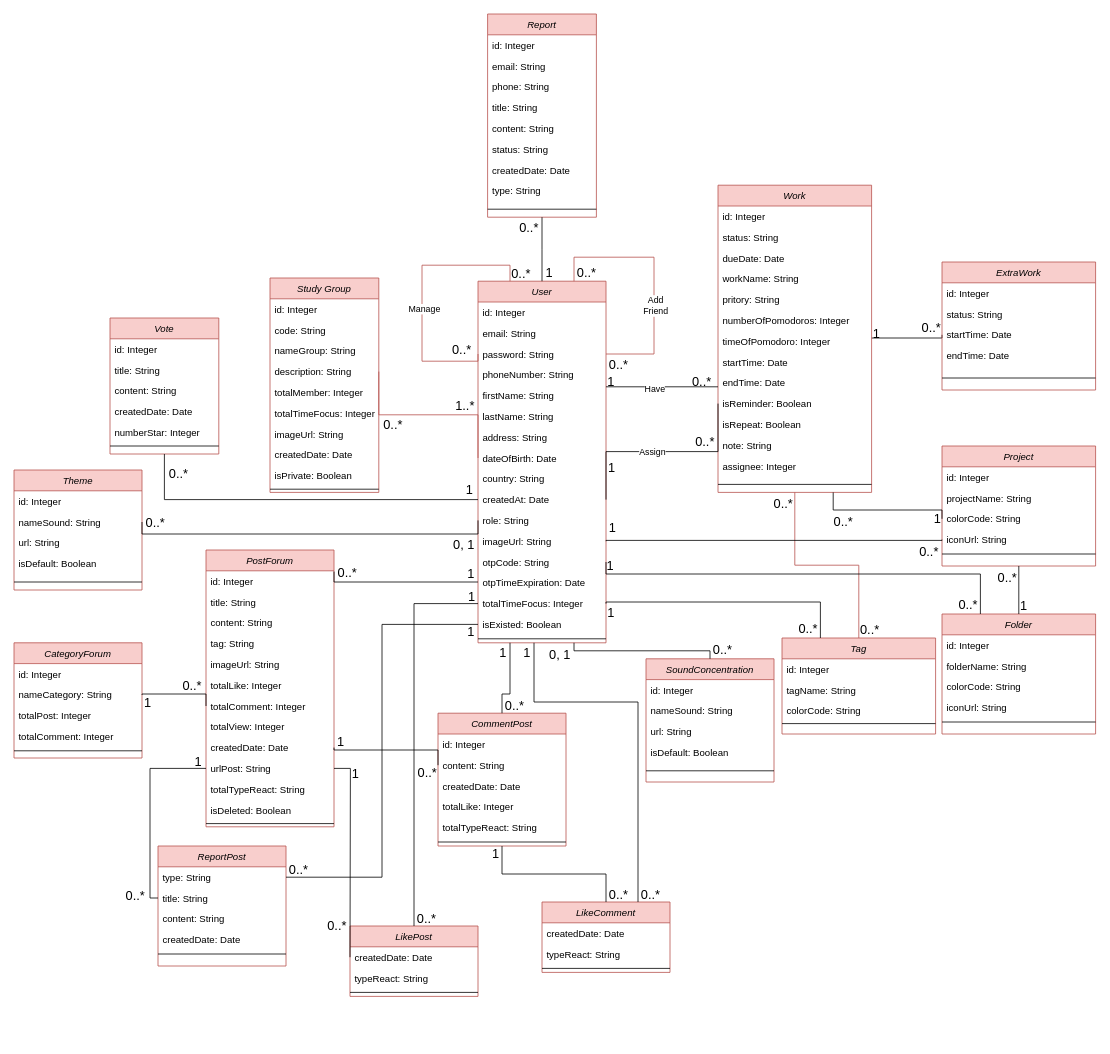
The draw.io diagram Class Diagram/ClassDiagram.drawio in Enochhhh/AppSmartStudyHub, before the edit. Source tidied: cells renumbered, new cells numbered last; positions are measured from the earlier drawing's top-left corner, leaving out a move shared by most shapes. Both pictures are drawn from the tidied source at 80%, with x=0, y=0 at pixel (14, 14).
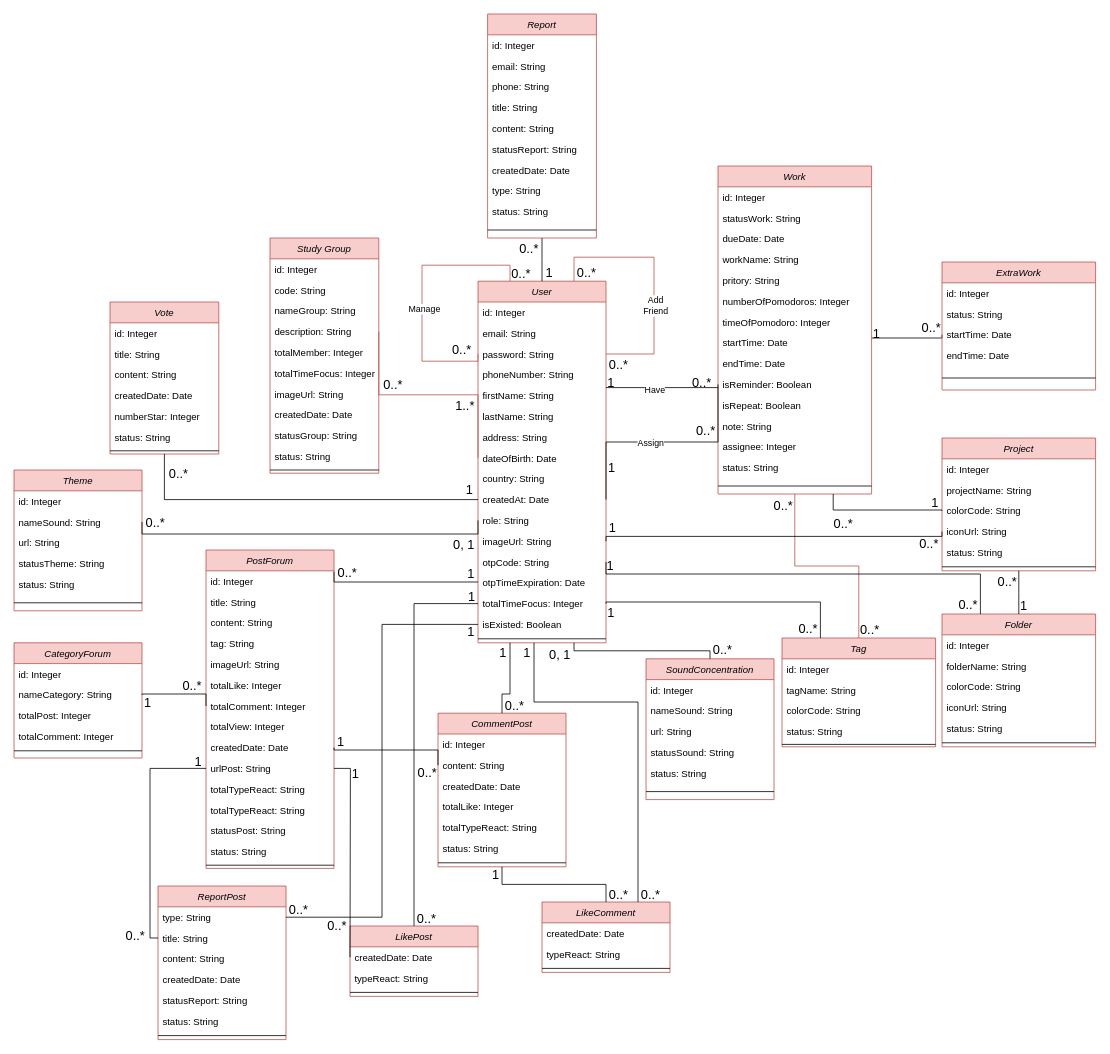
The same page after the edit.

The change refers to these unchanged cells:
```xml
<mxCell id="70" style="endArrow=none;shadow=0;strokeWidth=1;rounded=0;endFill=0;edgeStyle=elbowEdgeStyle;elbow=vertical;entryX=0;entryY=0.5;entryDx=0;entryDy=0;exitX=0.75;exitY=1;exitDx=0;exitDy=0;" parent="1" edge="1" source="31" target="64">
  <mxGeometry x="0.5" y="41" relative="1" as="geometry">
    <Array as="points">
      <mxPoint x="1120" y="620" />
    </Array>
    <mxPoint x="-40" y="32" as="offset" />
  </mxGeometry>
</mxCell>
<mxCell id="198" style="endArrow=none;shadow=0;strokeWidth=1;rounded=0;endFill=0;edgeStyle=elbowEdgeStyle;elbow=vertical;entryX=0;entryY=0.5;entryDx=0;entryDy=0;exitX=1;exitY=0.5;exitDx=0;exitDy=0;" parent="1" edge="1" source="15" target="41">
  <mxGeometry x="0.5" y="41" relative="1" as="geometry">
    <mxPoint x="-40" y="32" as="offset" />
  </mxGeometry>
</mxCell>
```

What changed in the source:
```diff
@@
     <mxCell id="31" value="Work" style="swimlane;fontStyle=2;align=center;verticalAlign=top;horizontal=1;startSize=26;rounded=0;shadow=0;strokeWidth=1;fillColor=#f8cecc;strokeColor=#b85450;" parent="1" vertex="1">
-      <mxGeometry x="880" y="214" width="192" height="384" as="geometry" />
+      <mxGeometry x="880" y="190" width="192" height="410" as="geometry" />
     </mxCell>
@@
-    <mxCell id="33" value="status: String" style="text;align=left;verticalAlign=top;spacingLeft=4;spacingRight=4;overflow=hidden;rounded=0;shadow=0;html=0;" parent="31" vertex="1">
+    <mxCell id="33" value="statusWork: String" style="text;align=left;verticalAlign=top;spacingLeft=4;spacingRight=4;overflow=hidden;rounded=0;shadow=0;html=0;" parent="31" vertex="1">
       <mxGeometry y="52" width="192" height="26" as="geometry" />
     </mxCell>
@@
+    <mxCell id="221" value="status: String" style="text;align=left;verticalAlign=top;spacingLeft=4;spacingRight=4;overflow=hidden;rounded=0;shadow=0;html=0;" parent="31" vertex="1">
+      <mxGeometry y="364" width="192" height="26" as="geometry" />
+    </mxCell>
     <mxCell id="45" style="line;html=1;strokeWidth=1;align=left;verticalAlign=middle;spacingTop=-1;spacingLeft=3;spacingRight=3;labelPosition=right;" parent="31" vertex="1">
-      <mxGeometry y="364" width="192" height="20" as="geometry" />
+      <mxGeometry y="390" width="192" height="20" as="geometry" />
     </mxCell>
@@
     <mxCell id="56" value="Tag" style="swimlane;fontStyle=2;align=center;verticalAlign=top;horizontal=1;startSize=26;rounded=0;shadow=0;strokeWidth=1;fillColor=#f8cecc;strokeColor=#b85450;" parent="1" vertex="1">
-      <mxGeometry x="960" y="780" width="192" height="120" as="geometry" />
+      <mxGeometry x="960" y="780" width="192" height="136" as="geometry" />
     </mxCell>
@@
+    <mxCell id="222" value="status: String" style="text;align=left;verticalAlign=top;spacingLeft=4;spacingRight=4;overflow=hidden;rounded=0;shadow=0;html=0;" parent="56" vertex="1">
+      <mxGeometry y="104" width="192" height="26" as="geometry" />
+    </mxCell>
     <mxCell id="60" style="line;html=1;strokeWidth=1;align=left;verticalAlign=middle;spacingTop=-1;spacingLeft=3;spacingRight=3;labelPosition=right;" parent="56" vertex="1">
-      <mxGeometry y="104" width="192" height="6" as="geometry" />
+      <mxGeometry y="130" width="192" height="6" as="geometry" />
     </mxCell>
     <mxCell id="61" value="Project" style="swimlane;fontStyle=2;align=center;verticalAlign=top;horizontal=1;startSize=26;rounded=0;shadow=0;strokeWidth=1;fillColor=#f8cecc;strokeColor=#b85450;" parent="1" vertex="1">
-      <mxGeometry x="1160" y="540" width="192" height="150" as="geometry" />
+      <mxGeometry x="1160" y="530" width="192" height="166" as="geometry" />
     </mxCell>
@@
+    <mxCell id="223" value="status: String" style="text;align=left;verticalAlign=top;spacingLeft=4;spacingRight=4;overflow=hidden;rounded=0;shadow=0;html=0;" parent="61" vertex="1">
+      <mxGeometry y="130" width="192" height="26" as="geometry" />
+    </mxCell>
     <mxCell id="66" style="line;html=1;strokeWidth=1;align=left;verticalAlign=middle;spacingTop=-1;spacingLeft=3;spacingRight=3;labelPosition=right;" parent="61" vertex="1">
-      <mxGeometry y="130" width="192" height="10" as="geometry" />
+      <mxGeometry y="156" width="192" height="10" as="geometry" />
     </mxCell>
@@
     <mxCell id="72" value="1" style="align=right;verticalAlign=bottom;labelBackgroundColor=none;fontSize=16;" parent="70" vertex="1">
       <mxGeometry x="1" relative="1" as="geometry">
-        <mxPoint y="10" as="offset" />
+        <mxPoint x="-3" as="offset" />
       </mxGeometry>
     </mxCell>
     <mxCell id="73" value="Report" style="swimlane;fontStyle=2;align=center;verticalAlign=top;horizontal=1;startSize=26;rounded=0;shadow=0;strokeWidth=1;fillColor=#f8cecc;strokeColor=#b85450;" parent="1" vertex="1">
-      <mxGeometry x="592" width="136" height="254" as="geometry" />
+      <mxGeometry x="592" width="136" height="280" as="geometry" />
     </mxCell>
@@
-    <mxCell id="79" value="status: String" style="text;align=left;verticalAlign=top;spacingLeft=4;spacingRight=4;overflow=hidden;rounded=0;shadow=0;html=0;" parent="73" vertex="1">
+    <mxCell id="79" value="statusReport: String" style="text;align=left;verticalAlign=top;spacingLeft=4;spacingRight=4;overflow=hidden;rounded=0;shadow=0;html=0;" parent="73" vertex="1">
       <mxGeometry y="156" width="136" height="26" as="geometry" />
     </mxCell>
@@
+    <mxCell id="224" value="status: String" style="text;align=left;verticalAlign=top;spacingLeft=4;spacingRight=4;overflow=hidden;rounded=0;shadow=0;html=0;" parent="73" vertex="1">
+      <mxGeometry y="234" width="136" height="26" as="geometry" />
+    </mxCell>
     <mxCell id="82" style="line;html=1;strokeWidth=1;align=left;verticalAlign=middle;spacingTop=-1;spacingLeft=3;spacingRight=3;labelPosition=right;" parent="73" vertex="1">
-      <mxGeometry y="234" width="136" height="20" as="geometry" />
+      <mxGeometry y="260" width="136" height="20" as="geometry" />
     </mxCell>
     <mxCell id="83" value="Folder" style="swimlane;fontStyle=2;align=center;verticalAlign=top;horizontal=1;startSize=26;rounded=0;shadow=0;strokeWidth=1;fillColor=#f8cecc;strokeColor=#b85450;" parent="1" vertex="1">
-      <mxGeometry x="1160" y="750" width="192" height="150" as="geometry" />
+      <mxGeometry x="1160" y="750" width="192" height="166" as="geometry" />
     </mxCell>
@@
+    <mxCell id="225" value="status: String" style="text;align=left;verticalAlign=top;spacingLeft=4;spacingRight=4;overflow=hidden;rounded=0;shadow=0;html=0;" parent="83" vertex="1">
+      <mxGeometry y="130" width="192" height="26" as="geometry" />
+    </mxCell>
     <mxCell id="88" style="line;html=1;strokeWidth=1;align=left;verticalAlign=middle;spacingTop=-1;spacingLeft=3;spacingRight=3;labelPosition=right;" parent="83" vertex="1">
-      <mxGeometry y="130" width="192" height="10" as="geometry" />
+      <mxGeometry y="156" width="192" height="10" as="geometry" />
     </mxCell>
@@
     <mxCell id="95" value="SoundConcentration" style="swimlane;fontStyle=2;align=center;verticalAlign=top;horizontal=1;startSize=26;rounded=0;shadow=0;strokeWidth=1;fillColor=#f8cecc;strokeColor=#b85450;" parent="1" vertex="1">
-      <mxGeometry x="790" y="806" width="160" height="154" as="geometry" />
+      <mxGeometry x="790" y="806" width="160" height="176" as="geometry" />
     </mxCell>
@@
-    <mxCell id="99" value="isDefault: Boolean" style="text;align=left;verticalAlign=top;spacingLeft=4;spacingRight=4;overflow=hidden;" parent="95" vertex="1">
+    <mxCell id="99" value="statusSound: String" style="text;align=left;verticalAlign=top;spacingLeft=4;spacingRight=4;overflow=hidden;" parent="95" vertex="1">
       <mxGeometry y="104" width="160" height="26" as="geometry" />
     </mxCell>
+    <mxCell id="226" value="status: String" style="text;align=left;verticalAlign=top;spacingLeft=4;spacingRight=4;overflow=hidden;" parent="95" vertex="1">
+      <mxGeometry y="130" width="160" height="26" as="geometry" />
+    </mxCell>
     <mxCell id="100" style="line;html=1;strokeWidth=1;align=left;verticalAlign=middle;spacingTop=-1;spacingLeft=3;spacingRight=3;labelPosition=right;" parent="95" vertex="1">
-      <mxGeometry y="130" width="160" height="20" as="geometry" />
+      <mxGeometry y="156" width="160" height="20" as="geometry" />
     </mxCell>
@@
     <mxCell id="107" value="Study Group" style="swimlane;fontStyle=2;align=center;verticalAlign=top;horizontal=1;startSize=26;rounded=0;shadow=0;strokeWidth=1;fillColor=#f8cecc;strokeColor=#b85450;" parent="1" vertex="1">
-      <mxGeometry x="320" y="330" width="136" height="268" as="geometry" />
+      <mxGeometry x="320" y="280" width="136" height="294" as="geometry" />
     </mxCell>
@@
-    <mxCell id="116" value="isPrivate: Boolean" style="text;align=left;verticalAlign=top;spacingLeft=4;spacingRight=4;overflow=hidden;rounded=0;shadow=0;html=0;" parent="107" vertex="1">
+    <mxCell id="116" value="statusGroup: String" style="text;align=left;verticalAlign=top;spacingLeft=4;spacingRight=4;overflow=hidden;rounded=0;shadow=0;html=0;" parent="107" vertex="1">
       <mxGeometry y="234" width="136" height="26" as="geometry" />
     </mxCell>
+    <mxCell id="227" value="status: String" style="text;align=left;verticalAlign=top;spacingLeft=4;spacingRight=4;overflow=hidden;rounded=0;shadow=0;html=0;" parent="107" vertex="1">
+      <mxGeometry y="260" width="136" height="26" as="geometry" />
+    </mxCell>
     <mxCell id="117" style="line;html=1;strokeWidth=1;align=left;verticalAlign=middle;spacingTop=-1;spacingLeft=3;spacingRight=3;labelPosition=right;" parent="107" vertex="1">
-      <mxGeometry y="260" width="136" height="8" as="geometry" />
+      <mxGeometry y="286" width="136" height="8" as="geometry" />
     </mxCell>
     <mxCell id="118" value="Vote" style="swimlane;fontStyle=2;align=center;verticalAlign=top;horizontal=1;startSize=26;rounded=0;shadow=0;strokeWidth=1;fillColor=#f8cecc;strokeColor=#b85450;" parent="1" vertex="1">
-      <mxGeometry x="120" y="380" width="136" height="170" as="geometry" />
+      <mxGeometry x="120" y="360" width="136" height="190" as="geometry" />
     </mxCell>
@@
+    <mxCell id="228" value="status: String" style="text;align=left;verticalAlign=top;spacingLeft=4;spacingRight=4;overflow=hidden;rounded=0;shadow=0;html=0;" parent="118" vertex="1">
+      <mxGeometry y="156" width="136" height="26" as="geometry" />
+    </mxCell>
     <mxCell id="124" style="line;html=1;strokeWidth=1;align=left;verticalAlign=middle;spacingTop=-1;spacingLeft=3;spacingRight=3;labelPosition=right;" parent="118" vertex="1">
-      <mxGeometry y="156" width="136" height="8" as="geometry" />
+      <mxGeometry y="182" width="136" height="8" as="geometry" />
     </mxCell>
@@
     <mxCell id="128" value="Theme" style="swimlane;fontStyle=2;align=center;verticalAlign=top;horizontal=1;startSize=26;rounded=0;shadow=0;strokeWidth=1;fillColor=#f8cecc;strokeColor=#b85450;" parent="1" vertex="1">
-      <mxGeometry y="570" width="160" height="150" as="geometry" />
+      <mxGeometry y="570" width="160" height="176" as="geometry" />
     </mxCell>
@@
-    <mxCell id="132" value="isDefault: Boolean" style="text;align=left;verticalAlign=top;spacingLeft=4;spacingRight=4;overflow=hidden;" parent="128" vertex="1">
+    <mxCell id="132" value="statusTheme: String" style="text;align=left;verticalAlign=top;spacingLeft=4;spacingRight=4;overflow=hidden;" parent="128" vertex="1">
       <mxGeometry y="104" width="160" height="26" as="geometry" />
     </mxCell>
+    <mxCell id="229" value="status: String" style="text;align=left;verticalAlign=top;spacingLeft=4;spacingRight=4;overflow=hidden;" parent="128" vertex="1">
+      <mxGeometry y="130" width="160" height="26" as="geometry" />
+    </mxCell>
     <mxCell id="133" style="line;html=1;strokeWidth=1;align=left;verticalAlign=middle;spacingTop=-1;spacingLeft=3;spacingRight=3;labelPosition=right;" parent="128" vertex="1">
-      <mxGeometry y="130" width="160" height="20" as="geometry" />
+      <mxGeometry y="156" width="160" height="20" as="geometry" />
     </mxCell>
@@
     <mxCell id="137" value="PostForum" style="swimlane;fontStyle=2;align=center;verticalAlign=top;horizontal=1;startSize=26;rounded=0;shadow=0;strokeWidth=1;fillColor=#f8cecc;strokeColor=#b85450;" parent="1" vertex="1">
-      <mxGeometry x="240" y="670" width="160" height="346" as="geometry" />
+      <mxGeometry x="240" y="670" width="160" height="398" as="geometry" />
     </mxCell>
@@
+    <mxCell id="230" value="totalTypeReact: String" style="text;align=left;verticalAlign=top;spacingLeft=4;spacingRight=4;overflow=hidden;" parent="137" vertex="1">
+      <mxGeometry y="312" width="160" height="26" as="geometry" />
+    </mxCell>
-    <mxCell id="149" value="isDeleted: Boolean" style="text;align=left;verticalAlign=top;spacingLeft=4;spacingRight=4;overflow=hidden;" parent="137" vertex="1">
-      <mxGeometry y="312" width="160" height="26" as="geometry" />
+    <mxCell id="149" value="statusPost: String" style="text;align=left;verticalAlign=top;spacingLeft=4;spacingRight=4;overflow=hidden;" parent="137" vertex="1">
+      <mxGeometry y="338" width="160" height="26" as="geometry" />
     </mxCell>
+    <mxCell id="231" value="status: String" style="text;align=left;verticalAlign=top;spacingLeft=4;spacingRight=4;overflow=hidden;" parent="137" vertex="1">
+      <mxGeometry y="364" width="160" height="26" as="geometry" />
+    </mxCell>
     <mxCell id="150" style="line;html=1;strokeWidth=1;align=left;verticalAlign=middle;spacingTop=-1;spacingLeft=3;spacingRight=3;labelPosition=right;" parent="137" vertex="1">
-      <mxGeometry y="338" width="160" height="8" as="geometry" />
+      <mxGeometry y="390" width="160" height="8" as="geometry" />
     </mxCell>
@@
     <mxCell id="157" value="CommentPost" style="swimlane;fontStyle=2;align=center;verticalAlign=top;horizontal=1;startSize=26;rounded=0;shadow=0;strokeWidth=1;fillColor=#f8cecc;strokeColor=#b85450;" parent="1" vertex="1">
-      <mxGeometry x="530" y="874" width="160" height="166" as="geometry" />
+      <mxGeometry x="530" y="874" width="160" height="192" as="geometry" />
     </mxCell>
@@
+    <mxCell id="232" value="status: String" style="text;align=left;verticalAlign=top;spacingLeft=4;spacingRight=4;overflow=hidden;" parent="157" vertex="1">
+      <mxGeometry y="156" width="160" height="26" as="geometry" />
+    </mxCell>
     <mxCell id="163" style="line;html=1;strokeWidth=1;align=left;verticalAlign=middle;spacingTop=-1;spacingLeft=3;spacingRight=3;labelPosition=right;" parent="157" vertex="1">
-      <mxGeometry y="156" width="160" height="10" as="geometry" />
+      <mxGeometry y="182" width="160" height="10" as="geometry" />
     </mxCell>
     <mxCell id="164" value="ReportPost" style="swimlane;fontStyle=2;align=center;verticalAlign=top;horizontal=1;startSize=26;rounded=0;shadow=0;strokeWidth=1;fillColor=#f8cecc;strokeColor=#b85450;" parent="1" vertex="1">
-      <mxGeometry x="180" y="1040" width="160" height="150" as="geometry" />
+      <mxGeometry x="180" y="1090" width="160" height="192" as="geometry" />
     </mxCell>
@@
+    <mxCell id="233" value="statusReport: String" style="text;align=left;verticalAlign=top;spacingLeft=4;spacingRight=4;overflow=hidden;" parent="164" vertex="1">
+      <mxGeometry y="130" width="160" height="26" as="geometry" />
+    </mxCell>
+    <mxCell id="234" value="status: String" style="text;align=left;verticalAlign=top;spacingLeft=4;spacingRight=4;overflow=hidden;" parent="164" vertex="1">
+      <mxGeometry y="156" width="160" height="26" as="geometry" />
+    </mxCell>
     <mxCell id="169" style="line;html=1;strokeWidth=1;align=left;verticalAlign=middle;spacingTop=-1;spacingLeft=3;spacingRight=3;labelPosition=right;" parent="164" vertex="1">
-      <mxGeometry y="130" width="160" height="10" as="geometry" />
+      <mxGeometry y="182" width="160" height="10" as="geometry" />
     </mxCell>
@@
     <mxCell id="200" value="0..*" style="align=right;verticalAlign=bottom;labelBackgroundColor=none;fontSize=16;" parent="198" vertex="1">
       <mxGeometry x="1" relative="1" as="geometry">
-        <mxPoint x="-3" y="57" as="offset" />
+        <mxPoint x="-2" y="68" as="offset" />
       </mxGeometry>
     </mxCell>
```
